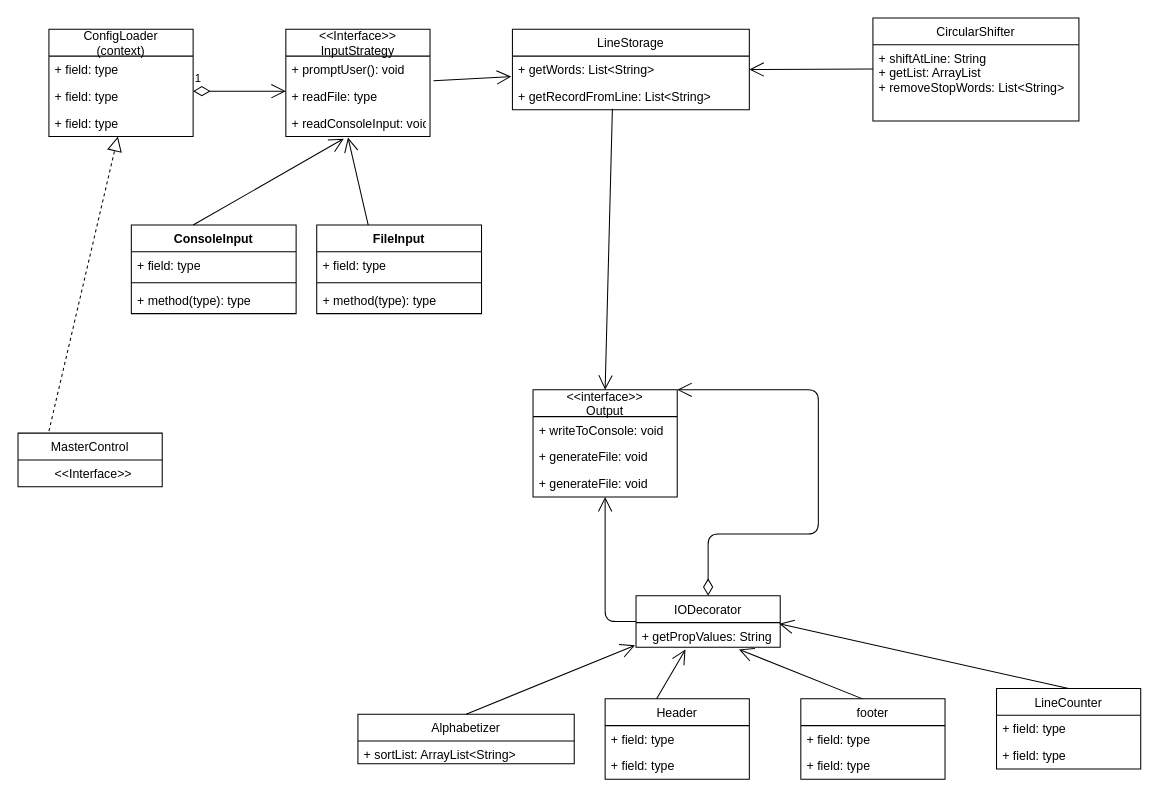
Before: src/HW2 Refactor.drawio in montyxrizzo/KWIC, a draw.io diagram. Source tidied: cells renumbered, new cells numbered last; positions are measured from the earlier drawing's top-left corner, leaving out a move shared by most shapes. Both pictures are drawn from the tidied source at 103%, with x=0, y=0 at pixel (18, 18).
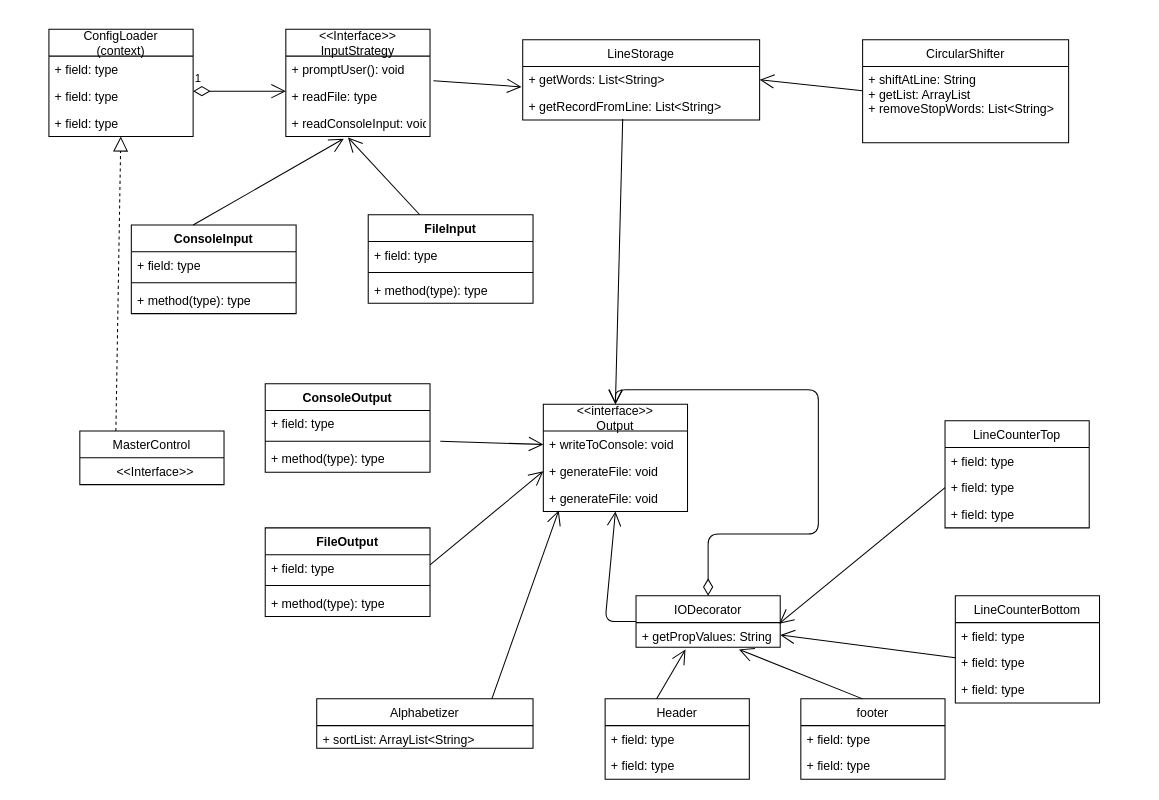
The same diagram, later.

Unchanged cells that the change refers to:
```xml
<mxCell id="10" value="+ writeToConsole: void" style="text;strokeColor=none;fillColor=none;align=left;verticalAlign=top;spacingLeft=4;spacingRight=4;overflow=hidden;points=[[0,0.5],[1,0.5]];portConstraint=eastwest;" parent="9" vertex="1">
  <mxGeometry y="26" width="140" height="26" as="geometry" />
</mxCell>
<mxCell id="11" value="+ generateFile: void" style="text;strokeColor=none;fillColor=none;align=left;verticalAlign=top;spacingLeft=4;spacingRight=4;overflow=hidden;points=[[0,0.5],[1,0.5]];portConstraint=eastwest;" parent="9" vertex="1">
  <mxGeometry y="52" width="140" height="26" as="geometry" />
</mxCell>
<mxCell id="12" value="+ generateFile: void" style="text;strokeColor=none;fillColor=none;align=left;verticalAlign=top;spacingLeft=4;spacingRight=4;overflow=hidden;points=[[0,0.5],[1,0.5]];portConstraint=eastwest;" parent="9" vertex="1">
  <mxGeometry y="78" width="140" height="26" as="geometry" />
</mxCell>
<mxCell id="22" value="+ getPropValues: String" style="text;strokeColor=none;fillColor=none;align=left;verticalAlign=top;spacingLeft=4;spacingRight=4;overflow=hidden;points=[[0,0.5],[1,0.5]];portConstraint=eastwest;" parent="21" vertex="1">
  <mxGeometry y="26" width="140" height="24" as="geometry" />
</mxCell>
<mxCell id="36" value="+ field: type" style="text;strokeColor=none;fillColor=none;align=left;verticalAlign=top;spacingLeft=4;spacingRight=4;overflow=hidden;points=[[0,0.5],[1,0.5]];portConstraint=eastwest;" parent="33" vertex="1">
  <mxGeometry y="78" width="140" height="26" as="geometry" />
</mxCell>
```

The edit, as a diff of the source:
```diff
@@
     <mxCell id="2" value="LineStorage" style="swimlane;fontStyle=0;horizontal=1;startSize=26;fillColor=none;" parent="1" vertex="1">
-      <mxGeometry x="480" y="11" width="230" height="78" as="geometry" />
+      <mxGeometry x="490" y="21" width="230" height="78" as="geometry" />
     </mxCell>
@@
     <mxCell id="9" value="&lt;&lt;interface&gt;&gt;&#10;Output" style="swimlane;fontStyle=0;horizontal=1;startSize=26;fillColor=none;" parent="1" vertex="1">
-      <mxGeometry x="500" y="361" width="140" height="104" as="geometry" />
+      <mxGeometry x="510" y="375" width="140" height="104" as="geometry" />
     </mxCell>
+    <mxCell id="55" style="endArrow=open;endFill=1;endSize=12;html=1;entryX=0;entryY=0.5;entryDx=0;entryDy=0;" parent="9" edge="1" target="10">
+      <mxGeometry relative="1" as="geometry">
+        <mxPoint x="-100" y="36" as="sourcePoint" />
+      </mxGeometry>
+    </mxCell>
@@
     <mxCell id="13" value="CircularShifter" style="swimlane;fontStyle=0;horizontal=1;startSize=26;fillColor=none;" parent="1" vertex="1">
-      <mxGeometry x="830" width="200" height="100" as="geometry" />
+      <mxGeometry x="820" y="21" width="200" height="100" as="geometry" />
     </mxCell>
@@
     <mxCell id="16" value="Alphabetizer" style="swimlane;fontStyle=0;horizontal=1;startSize=26;fillColor=none;" parent="1" vertex="1">
-      <mxGeometry x="330" y="676" width="210" height="48" as="geometry" />
+      <mxGeometry x="290" y="661" width="210" height="48" as="geometry" />
     </mxCell>
+    <mxCell id="56" style="endArrow=open;endFill=1;endSize=12;html=1;entryX=0.107;entryY=0.962;entryDx=0;entryDy=0;entryPerimeter=0;" parent="16" edge="1" target="12">
+      <mxGeometry relative="1" as="geometry">
+        <mxPoint x="170" as="sourcePoint" />
+      </mxGeometry>
+    </mxCell>
@@
     <mxCell id="18" value="MasterControl" style="swimlane;fontStyle=0;horizontal=1;startSize=26;fillColor=none;" parent="1" vertex="1">
-      <mxGeometry y="403" width="140" height="52" as="geometry" />
+      <mxGeometry x="60" y="401" width="140" height="52" as="geometry" />
     </mxCell>
@@
     <mxCell id="38" value="FileInput" style="swimlane;fontStyle=1;align=center;verticalAlign=top;horizontal=1;startSize=26;" parent="1" vertex="1">
-      <mxGeometry x="290" y="201" width="160" height="86" as="geometry" />
+      <mxGeometry x="340" y="191" width="160" height="86" as="geometry" />
     </mxCell>
@@
-    <mxCell id="49" style="endArrow=open;endFill=1;endSize=12;html=1;entryX=-0.007;entryY=0.917;entryDx=0;entryDy=0;entryPerimeter=0;exitX=0.5;exitY=0;exitDx=0;exitDy=0;" parent="1" edge="1" source="16" target="22">
-      <mxGeometry relative="1" as="geometry" />
-    </mxCell>
-    <mxCell id="50" style="endArrow=block;dashed=1;endFill=0;endSize=12;html=1;" parent="1" edge="1" target="36">
-      <mxGeometry relative="1" as="geometry">
-        <mxPoint x="30" y="401" as="sourcePoint" />
-      </mxGeometry>
+    <mxCell id="50" style="endArrow=block;dashed=1;endFill=0;endSize=12;html=1;exitX=0.25;exitY=0;exitDx=0;exitDy=0;" parent="1" edge="1" source="18" target="36">
+      <mxGeometry relative="1" as="geometry" />
     </mxCell>
-    <mxCell id="51" value="LineCounter" style="swimlane;fontStyle=0;horizontal=1;startSize=26;fillColor=none;" parent="1" vertex="1">
-      <mxGeometry x="950" y="651" width="140" height="78" as="geometry" />
+    <mxCell id="51" value="LineCounterTop" style="swimlane;fontStyle=0;horizontal=1;startSize=26;fillColor=none;" parent="1" vertex="1">
+      <mxGeometry x="900" y="391" width="140" height="104" as="geometry" />
     </mxCell>
@@
+    <mxCell id="57" value="+ field: type" style="text;strokeColor=none;fillColor=none;align=left;verticalAlign=top;spacingLeft=4;spacingRight=4;overflow=hidden;points=[[0,0.5],[1,0.5]];portConstraint=eastwest;" parent="51" vertex="1">
+      <mxGeometry y="52" width="140" height="26" as="geometry" />
+    </mxCell>
     <mxCell id="53" value="+ field: type" style="text;strokeColor=none;fillColor=none;align=left;verticalAlign=top;spacingLeft=4;spacingRight=4;overflow=hidden;" parent="51" vertex="1">
-      <mxGeometry y="52" width="140" height="26" as="geometry" />
+      <mxGeometry y="78" width="140" height="26" as="geometry" />
     </mxCell>
-    <mxCell id="54" style="endArrow=open;endFill=1;endSize=12;html=1;exitX=0.5;exitY=0;exitDx=0;exitDy=0;entryX=0.993;entryY=0.042;entryDx=0;entryDy=0;entryPerimeter=0;" parent="1" edge="1" source="51" target="22">
+    <mxCell id="54" style="endArrow=open;endFill=1;endSize=12;html=1;exitX=0;exitY=0.5;exitDx=0;exitDy=0;entryX=0.993;entryY=0.042;entryDx=0;entryDy=0;entryPerimeter=0;" parent="1" edge="1" source="57" target="22">
       <mxGeometry relative="1" as="geometry" />
     </mxCell>
+    <mxCell id="58" value="LineCounterBottom" style="swimlane;fontStyle=0;horizontal=1;startSize=26;fillColor=none;" parent="1" vertex="1">
+      <mxGeometry x="910" y="561" width="140" height="104" as="geometry" />
+    </mxCell>
+    <mxCell id="59" value="+ field: type" style="text;strokeColor=none;fillColor=none;align=left;verticalAlign=top;spacingLeft=4;spacingRight=4;overflow=hidden;" parent="58" vertex="1">
+      <mxGeometry y="26" width="140" height="26" as="geometry" />
+    </mxCell>
+    <mxCell id="60" style="endArrow=open;endFill=1;endSize=12;html=1;entryX=1;entryY=0.5;entryDx=0;entryDy=0;" parent="58" edge="1" target="22">
+      <mxGeometry relative="1" as="geometry">
+        <mxPoint y="60" as="sourcePoint" />
+      </mxGeometry>
+    </mxCell>
+    <mxCell id="61" value="+ field: type" style="text;strokeColor=none;fillColor=none;align=left;verticalAlign=top;spacingLeft=4;spacingRight=4;overflow=hidden;" parent="58" vertex="1">
+      <mxGeometry y="52" width="140" height="26" as="geometry" />
+    </mxCell>
+    <mxCell id="62" value="+ field: type" style="text;strokeColor=none;fillColor=none;align=left;verticalAlign=top;spacingLeft=4;spacingRight=4;overflow=hidden;" parent="58" vertex="1">
+      <mxGeometry y="78" width="140" height="26" as="geometry" />
+    </mxCell>
+    <mxCell id="63" value="FileOutput" style="swimlane;fontStyle=1;align=center;verticalAlign=top;horizontal=1;startSize=26;" parent="1" vertex="1">
+      <mxGeometry x="240" y="495" width="160" height="86" as="geometry" />
+    </mxCell>
+    <mxCell id="64" value="+ field: type" style="text;strokeColor=none;fillColor=none;align=left;verticalAlign=top;spacingLeft=4;spacingRight=4;overflow=hidden;" parent="63" vertex="1">
+      <mxGeometry y="26" width="160" height="26" as="geometry" />
+    </mxCell>
+    <mxCell id="65" style="line;strokeWidth=1;fillColor=none;align=left;verticalAlign=middle;spacingTop=-1;spacingLeft=3;spacingRight=3;labelPosition=right;" parent="63" vertex="1">
+      <mxGeometry y="52" width="160" height="8" as="geometry" />
+    </mxCell>
+    <mxCell id="66" value="+ method(type): type" style="text;strokeColor=none;fillColor=none;align=left;verticalAlign=top;spacingLeft=4;spacingRight=4;overflow=hidden;" parent="63" vertex="1">
+      <mxGeometry y="60" width="160" height="26" as="geometry" />
+    </mxCell>
+    <mxCell id="67" value="ConsoleOutput" style="swimlane;fontStyle=1;align=center;verticalAlign=top;horizontal=1;startSize=26;" parent="1" vertex="1">
+      <mxGeometry x="240" y="355" width="160" height="86" as="geometry" />
+    </mxCell>
+    <mxCell id="68" value="+ field: type" style="text;strokeColor=none;fillColor=none;align=left;verticalAlign=top;spacingLeft=4;spacingRight=4;overflow=hidden;" parent="67" vertex="1">
+      <mxGeometry y="26" width="160" height="26" as="geometry" />
+    </mxCell>
+    <mxCell id="69" style="line;strokeWidth=1;fillColor=none;align=left;verticalAlign=middle;spacingTop=-1;spacingLeft=3;spacingRight=3;labelPosition=right;" parent="67" vertex="1">
+      <mxGeometry y="52" width="160" height="8" as="geometry" />
+    </mxCell>
+    <mxCell id="70" value="+ method(type): type" style="text;strokeColor=none;fillColor=none;align=left;verticalAlign=top;spacingLeft=4;spacingRight=4;overflow=hidden;" parent="67" vertex="1">
+      <mxGeometry y="60" width="160" height="26" as="geometry" />
+    </mxCell>
+    <mxCell id="71" style="endArrow=open;endFill=1;endSize=12;html=1;entryX=0;entryY=0.5;entryDx=0;entryDy=0;" parent="1" edge="1" target="11">
+      <mxGeometry relative="1" as="geometry">
+        <mxPoint x="400" y="531" as="sourcePoint" />
+      </mxGeometry>
+    </mxCell>
```
